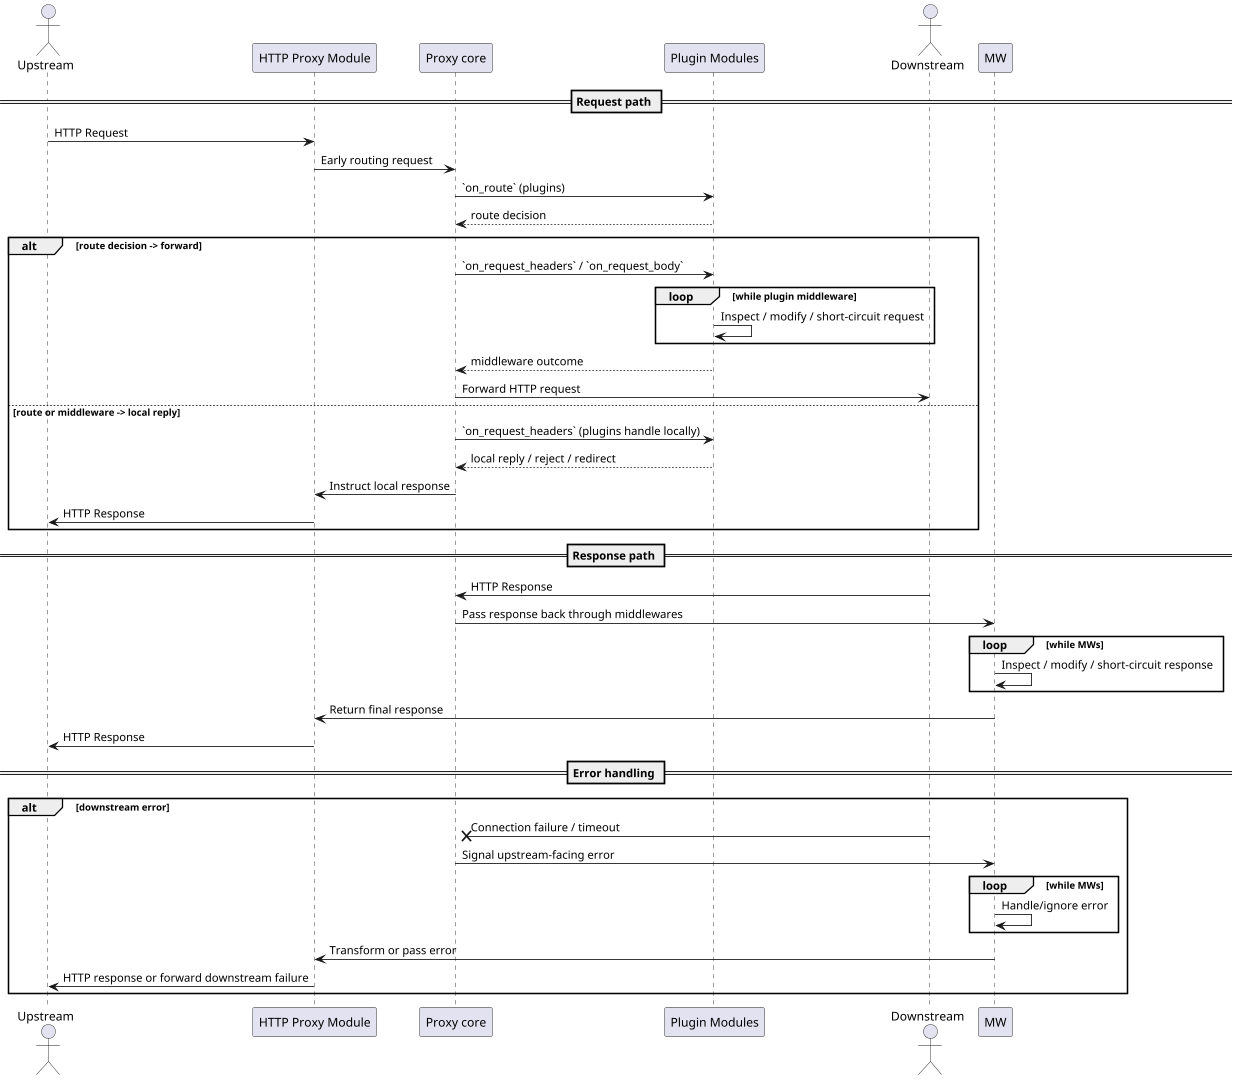
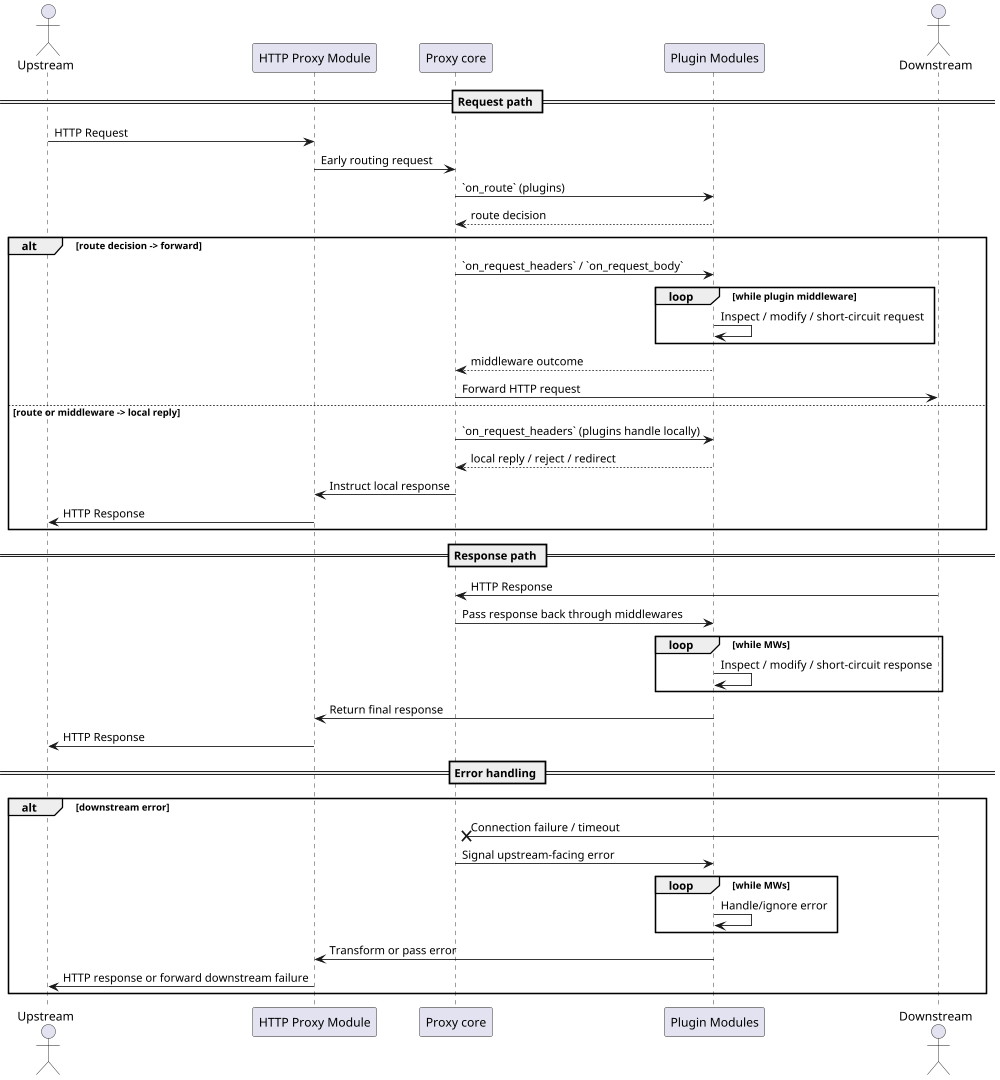
@startuml http

scale 1920*1080

actor Upstream
participant "HTTP Proxy Module" as P
participant "Proxy core" as R
participant "Plugin Modules" as PM
actor Downstream

== Request path ==
Upstream -> P : HTTP Request
P -> R : Early routing request

R -> PM : `on_route` (plugins)
PM --> R : route decision

alt route decision -> forward
    R -> PM : `on_request_headers` / `on_request_body`
    loop while plugin middleware
        PM -> PM : Inspect / modify / short-circuit request
    end
    PM --> R : middleware outcome
    R -> Downstream : Forward HTTP request
else route or middleware -> local reply
    R -> PM : `on_request_headers` (plugins handle locally)
    PM --> R : local reply / reject / redirect
    R -> P : Instruct local response
    P -> Upstream : HTTP Response
end

== Response path ==
Downstream -> R : HTTP Response
- R -> MW : Pass response back through middlewares
+ R -> PM : Pass response back through middlewares

loop while MWs
-     MW -> MW : Inspect / modify / short-circuit response
+     PM -> PM : Inspect / modify / short-circuit response
end

- MW -> P : Return final response
+ PM -> P : Return final response
P -> Upstream : HTTP Response

== Error handling ==
alt downstream error
    Downstream ->x R : Connection failure / timeout
-     R -> MW : Signal upstream-facing error
+     R -> PM : Signal upstream-facing error
    loop while MWs
-         MW -> MW : Handle/ignore error
+         PM -> PM : Handle/ignore error
    end
-     MW -> P : Transform or pass error
+     PM -> P : Transform or pass error
    P -> Upstream : HTTP response or forward downstream failure
end

@enduml
